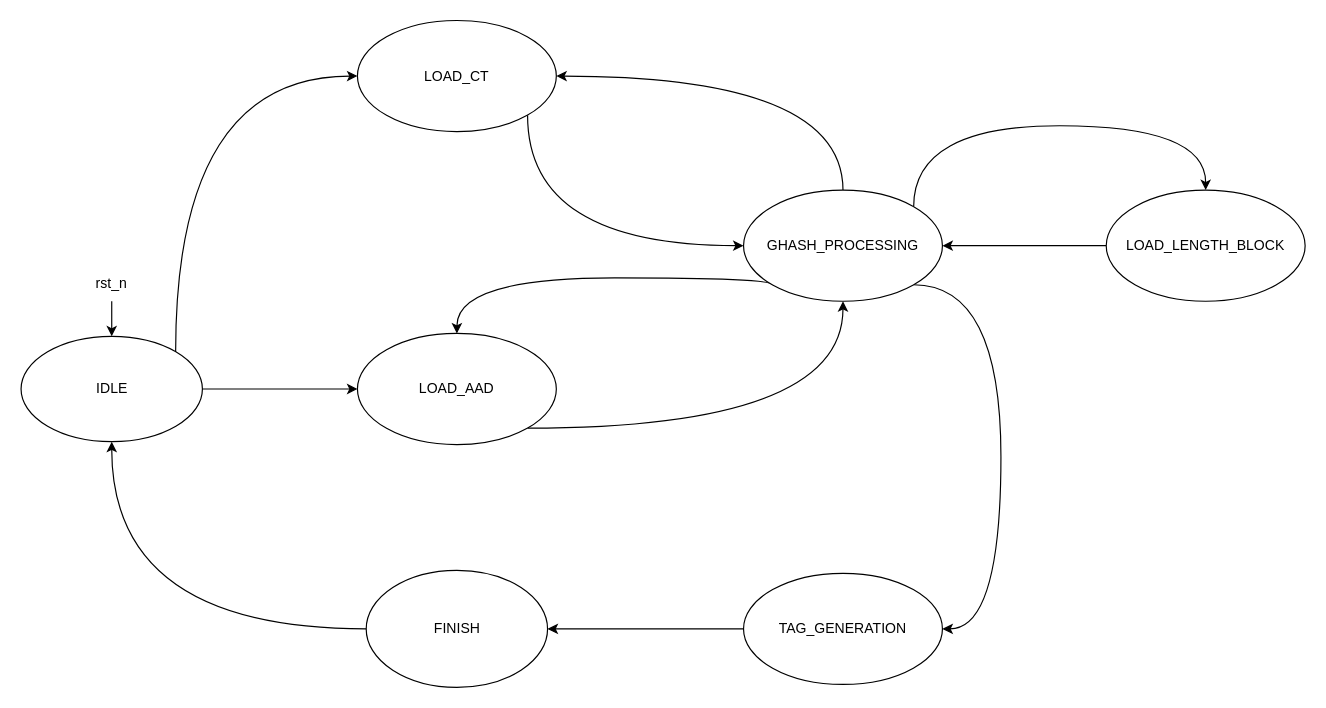
The draw.io diagram Quang Long/_drawio/TagProcessing FSM.drawio in LQLManZz/AES128-Verilog, before the edit. Source tidied: cells renumbered, new cells numbered last; positions are measured from the earlier drawing's top-left corner, leaving out a move shared by most shapes. Both pictures are drawn from the tidied source at 117%, with x=0, y=0 at pixel (20, 20).
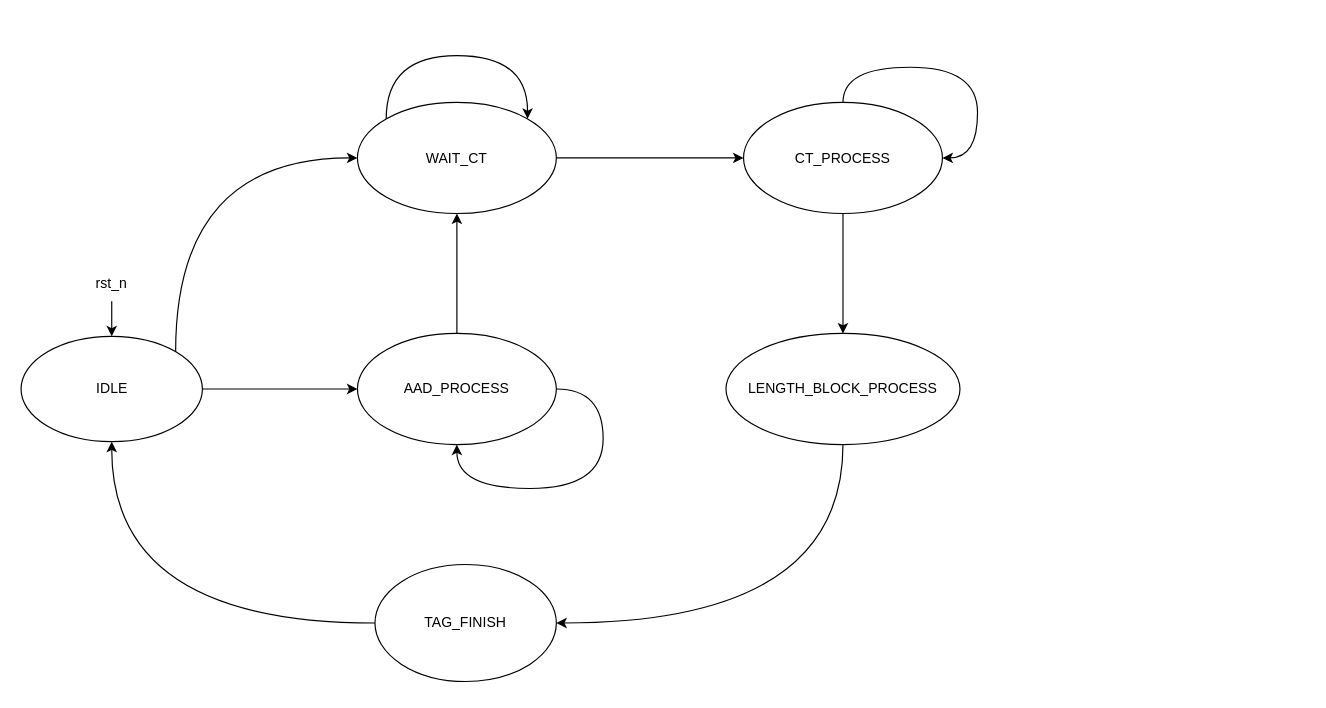
The same diagram, later.

Unchanged cells that the change refers to:
```xml
<mxCell id="4" value="IDLE" style="ellipse;whiteSpace=wrap;html=1;" parent="1" vertex="1">
  <mxGeometry x="0.5" y="270" width="155" height="90" as="geometry" />
</mxCell>
```

What changed in the source:
```diff
@@
     <mxCell id="3" style="edgeStyle=orthogonalEdgeStyle;rounded=0;jettySize=auto;html=1;exitX=1;exitY=0;exitDx=0;exitDy=0;entryX=0;entryY=0.5;entryDx=0;entryDy=0;fontFamily=Helvetica;fontSize=12;fontColor=default;curved=1;" parent="1" edge="1" source="4" target="12">
       <mxGeometry relative="1" as="geometry">
         <Array as="points">
-          <mxPoint x="132.6" y="47.5" />
+          <mxPoint x="132.6" y="117.5" />
         </Array>
       </mxGeometry>
     </mxCell>
@@
-    <mxCell id="7" style="edgeStyle=orthogonalEdgeStyle;rounded=0;jettySize=auto;html=1;exitX=1;exitY=1;exitDx=0;exitDy=0;entryX=0.5;entryY=1;entryDx=0;entryDy=0;fontFamily=Helvetica;fontSize=12;fontColor=default;curved=1;" parent="1" edge="1" source="8" target="21">
-      <mxGeometry relative="1" as="geometry" />
-    </mxCell>
+    <mxCell id="22" style="edgeStyle=orthogonalEdgeStyle;rounded=0;jettySize=auto;html=1;exitX=0.5;exitY=0;exitDx=0;exitDy=0;entryX=0.5;entryY=1;entryDx=0;entryDy=0;fontFamily=Helvetica;fontSize=12;fontColor=default;" parent="1" edge="1" source="8" target="12">
+      <mxGeometry relative="1" as="geometry" />
+    </mxCell>
-    <mxCell id="8" value="LOAD_AAD" style="ellipse;whiteSpace=wrap;html=1;" parent="1" vertex="1">
+    <mxCell id="8" value="AAD_PROCESS" style="ellipse;whiteSpace=wrap;html=1;" parent="1" vertex="1">
       <mxGeometry x="288" y="267.5" width="170" height="95" as="geometry" />
     </mxCell>
@@
-    <mxCell id="10" value="FINISH" style="ellipse;whiteSpace=wrap;html=1;" parent="1" vertex="1">
-      <mxGeometry x="295.5" y="470" width="155" height="100" as="geometry" />
+    <mxCell id="10" value="TAG_FINISH" style="ellipse;whiteSpace=wrap;html=1;" parent="1" vertex="1">
+      <mxGeometry x="303" y="465" width="155" height="100" as="geometry" />
     </mxCell>
-    <mxCell id="11" style="edgeStyle=orthogonalEdgeStyle;rounded=0;jettySize=auto;html=1;exitX=1;exitY=1;exitDx=0;exitDy=0;entryX=0;entryY=0.5;entryDx=0;entryDy=0;fontFamily=Helvetica;fontSize=12;fontColor=default;curved=1;" parent="1" edge="1" source="12" target="21">
-      <mxGeometry relative="1" as="geometry">
-        <Array as="points">
-          <mxPoint x="433.4" y="192.5" />
-        </Array>
-      </mxGeometry>
+    <mxCell id="11" style="edgeStyle=orthogonalEdgeStyle;rounded=0;jettySize=auto;html=1;exitX=1;exitY=0.5;exitDx=0;exitDy=0;entryX=0;entryY=0.5;entryDx=0;entryDy=0;fontFamily=Helvetica;fontSize=12;fontColor=default;" parent="1" edge="1" source="12" target="21">
+      <mxGeometry relative="1" as="geometry" />
     </mxCell>
-    <mxCell id="12" value="LOAD_CT" style="ellipse;whiteSpace=wrap;html=1;" parent="1" vertex="1">
-      <mxGeometry x="288" width="170" height="95" as="geometry" />
+    <mxCell id="12" value="WAIT_CT" style="ellipse;whiteSpace=wrap;html=1;" parent="1" vertex="1">
+      <mxGeometry x="288" y="70" width="170" height="95" as="geometry" />
     </mxCell>
-    <mxCell id="13" style="edgeStyle=orthogonalEdgeStyle;rounded=0;jettySize=auto;html=1;exitX=0;exitY=0.5;exitDx=0;exitDy=0;entryX=1;entryY=0.5;entryDx=0;entryDy=0;fontFamily=Helvetica;fontSize=12;fontColor=default;" parent="1" edge="1" source="14" target="21">
-      <mxGeometry relative="1" as="geometry" />
-    </mxCell>
+    <mxCell id="23" style="edgeStyle=orthogonalEdgeStyle;rounded=0;jettySize=auto;html=1;exitX=0.5;exitY=1;exitDx=0;exitDy=0;entryX=1;entryY=0.5;entryDx=0;entryDy=0;fontFamily=Helvetica;fontSize=12;fontColor=default;curved=1;" parent="1" edge="1" source="14" target="10">
+      <mxGeometry relative="1" as="geometry" />
+    </mxCell>
-    <mxCell id="14" value="LOAD_LENGTH_BLOCK" style="ellipse;whiteSpace=wrap;html=1;" parent="1" vertex="1">
-      <mxGeometry x="928" y="145" width="170" height="95" as="geometry" />
+    <mxCell id="14" value="LENGTH_BLOCK_PROCESS" style="ellipse;whiteSpace=wrap;html=1;" parent="1" vertex="1">
+      <mxGeometry x="603" y="267.5" width="200" height="95" as="geometry" />
     </mxCell>
-    <mxCell id="15" style="edgeStyle=orthogonalEdgeStyle;rounded=0;jettySize=auto;html=1;exitX=0;exitY=0.5;exitDx=0;exitDy=0;entryX=1;entryY=0.5;entryDx=0;entryDy=0;fontFamily=Helvetica;fontSize=12;fontColor=default;" parent="1" edge="1" source="16" target="10">
-      <mxGeometry relative="1" as="geometry" />
-    </mxCell>
-    <mxCell id="16" value="TAG_GENERATION" style="ellipse;whiteSpace=wrap;html=1;" parent="1" vertex="1">
-      <mxGeometry x="618" y="472.5" width="170" height="95" as="geometry" />
-    </mxCell>
-    <mxCell id="17" style="edgeStyle=orthogonalEdgeStyle;rounded=0;jettySize=auto;html=1;exitX=0.5;exitY=0;exitDx=0;exitDy=0;entryX=1;entryY=0.5;entryDx=0;entryDy=0;fontFamily=Helvetica;fontSize=12;fontColor=default;curved=1;" parent="1" edge="1" source="21" target="12">
-      <mxGeometry relative="1" as="geometry" />
-    </mxCell>
-    <mxCell id="18" style="edgeStyle=orthogonalEdgeStyle;rounded=0;jettySize=auto;html=1;exitX=1;exitY=0;exitDx=0;exitDy=0;entryX=0.5;entryY=0;entryDx=0;entryDy=0;fontFamily=Helvetica;fontSize=12;fontColor=default;curved=1;" parent="1" edge="1" source="21" target="14">
-      <mxGeometry relative="1" as="geometry">
-        <Array as="points">
-          <mxPoint x="763.4" y="90" />
-          <mxPoint x="1013" y="90" />
-        </Array>
-      </mxGeometry>
+    <mxCell id="18" style="edgeStyle=orthogonalEdgeStyle;rounded=0;jettySize=auto;html=1;exitX=0.5;exitY=1;exitDx=0;exitDy=0;entryX=0.5;entryY=0;entryDx=0;entryDy=0;fontFamily=Helvetica;fontSize=12;fontColor=default;" parent="1" edge="1" source="21" target="14">
+      <mxGeometry relative="1" as="geometry" />
     </mxCell>
-    <mxCell id="19" style="edgeStyle=orthogonalEdgeStyle;rounded=0;jettySize=auto;html=1;exitX=1;exitY=1;exitDx=0;exitDy=0;entryX=1;entryY=0.5;entryDx=0;entryDy=0;fontFamily=Helvetica;fontSize=12;fontColor=default;curved=1;" parent="1" edge="1" source="21" target="16">
-      <mxGeometry relative="1" as="geometry">
-        <Array as="points">
-          <mxPoint x="838" y="225.9" />
-          <mxPoint x="838" y="520" />
-        </Array>
-      </mxGeometry>
-    </mxCell>
-    <mxCell id="20" style="edgeStyle=orthogonalEdgeStyle;rounded=0;jettySize=auto;html=1;exitX=0;exitY=1;exitDx=0;exitDy=0;entryX=0.5;entryY=0;entryDx=0;entryDy=0;fontFamily=Helvetica;fontSize=12;fontColor=default;curved=1;" parent="1" edge="1" source="21" target="8">
-      <mxGeometry relative="1" as="geometry">
-        <Array as="points">
-          <mxPoint x="642.6" y="220" />
-          <mxPoint x="373" y="220" />
-        </Array>
-      </mxGeometry>
-    </mxCell>
-    <mxCell id="21" value="GHASH_PROCESSING" style="ellipse;whiteSpace=wrap;html=1;" parent="1" vertex="1">
-      <mxGeometry x="618" y="145" width="170" height="95" as="geometry" />
+    <mxCell id="21" value="CT_PROCESS" style="ellipse;whiteSpace=wrap;html=1;" parent="1" vertex="1">
+      <mxGeometry x="618" y="70" width="170" height="95" as="geometry" />
     </mxCell>
+    <mxCell id="24" style="edgeStyle=orthogonalEdgeStyle;rounded=0;orthogonalLoop=1;jettySize=auto;html=1;innerLoopWaypoints=1;exitX=1;exitY=0.5;exitDx=0;exitDy=0;entryX=0.5;entryY=1;entryDx=0;entryDy=0;fontFamily=Helvetica;fontSize=12;fontColor=default;curved=1;" parent="1" edge="1" source="8" target="8">
+      <mxGeometry relative="1" as="geometry">
+        <Array as="points">
+          <mxPoint x="498" y="315" />
+          <mxPoint x="498" y="400" />
+          <mxPoint x="373" y="400" />
+        </Array>
+      </mxGeometry>
+    </mxCell>
+    <mxCell id="25" style="edgeStyle=orthogonalEdgeStyle;rounded=0;orthogonalLoop=1;jettySize=auto;html=1;innerLoopWaypoints=1;exitX=0;exitY=0;exitDx=0;exitDy=0;entryX=1;entryY=0;entryDx=0;entryDy=0;fontFamily=Helvetica;fontSize=12;fontColor=default;curved=1;" parent="1" edge="1" source="12" target="12">
+      <mxGeometry relative="1" as="geometry">
+        <Array as="points">
+          <mxPoint x="312.6" y="30" />
+          <mxPoint x="433.4" y="30" />
+        </Array>
+      </mxGeometry>
+    </mxCell>
+    <mxCell id="26" style="edgeStyle=orthogonalEdgeStyle;rounded=0;orthogonalLoop=1;jettySize=auto;html=1;innerLoopWaypoints=1;exitX=0.5;exitY=0;exitDx=0;exitDy=0;entryX=1;entryY=0.5;entryDx=0;entryDy=0;fontFamily=Helvetica;fontSize=12;fontColor=default;curved=1;" parent="1" edge="1" source="21" target="21">
+      <mxGeometry relative="1" as="geometry">
+        <Array as="points">
+          <mxPoint x="703" y="40" />
+          <mxPoint x="818" y="40" />
+          <mxPoint x="818" y="117.5" />
+        </Array>
+      </mxGeometry>
+    </mxCell>
```
